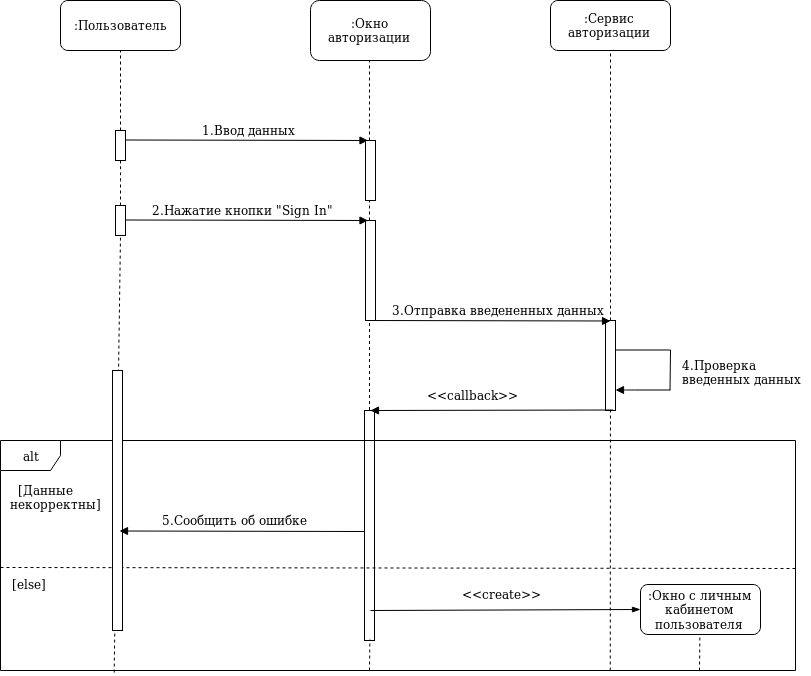
Above: Diagrams/Sequence/SignIn.png in Andrew304/Visual-CI-Manager (draw.io), before the change. Source tidied: cells renumbered, new cells last; positions are measured from the earlier drawing's top-left corner, leaving out a move shared by most shapes. The source it was exported from:
```xml
<mxGraphModel>
  <root>
    <mxCell id="0" />
    <mxCell id="1" parent="0" />
    <mxCell id="2" value=":Пользователь" style="rounded=1;whiteSpace=wrap;html=1;" parent="1" vertex="1">
      <mxGeometry x="60" width="120" height="50" as="geometry" />
    </mxCell>
    <mxCell id="3" style="rounded=0;whiteSpace=wrap;html=1;" parent="1" vertex="1">
      <mxGeometry x="115" y="130" width="10" height="30" as="geometry" />
    </mxCell>
    <mxCell id="4" style="endArrow=none;dashed=1;html=1;entryX=0.5;entryY=1;entryDx=0;entryDy=0;exitX=0.5;exitY=0;exitDx=0;exitDy=0;" parent="1" edge="1" source="3" target="2">
      <mxGeometry relative="1" as="geometry" />
    </mxCell>
    <mxCell id="5" style="endArrow=block;html=1;endFill=1;entryX=0.25;entryY=0;entryDx=0;entryDy=0;" parent="1" edge="1" target="8">
      <mxGeometry relative="1" as="geometry">
        <mxPoint x="125" y="139.5" as="sourcePoint" />
      </mxGeometry>
    </mxCell>
    <mxCell id="6" value=":Окно авторизации" style="rounded=1;whiteSpace=wrap;html=1;" parent="1" vertex="1">
      <mxGeometry x="310" width="120" height="60" as="geometry" />
    </mxCell>
    <mxCell id="7" value=":Сервис авторизации" style="rounded=1;whiteSpace=wrap;html=1;" parent="1" vertex="1">
      <mxGeometry x="550" width="120" height="50" as="geometry" />
    </mxCell>
    <mxCell id="8" style="rounded=0;whiteSpace=wrap;html=1;" parent="1" vertex="1">
      <mxGeometry x="365" y="140" width="10" height="60" as="geometry" />
    </mxCell>
    <mxCell id="9" value="1.Ввод данных" style="text;html=1;align=left;verticalAlign=top;spacingTop=-4;" parent="1" vertex="1">
      <mxGeometry x="200" y="120" width="110" height="20" as="geometry" />
    </mxCell>
    <mxCell id="10" style="endArrow=none;dashed=1;html=1;entryX=0.5;entryY=1;entryDx=0;entryDy=0;" parent="1" edge="1">
      <mxGeometry relative="1" as="geometry">
        <mxPoint x="369" y="140" as="sourcePoint" />
        <mxPoint x="369" y="60" as="targetPoint" />
      </mxGeometry>
    </mxCell>
    <mxCell id="11" style="rounded=0;whiteSpace=wrap;html=1;" parent="1" vertex="1">
      <mxGeometry x="365" y="220" width="10" height="100" as="geometry" />
    </mxCell>
    <mxCell id="12" style="endArrow=block;html=1;endFill=1;entryX=0.25;entryY=0;entryDx=0;entryDy=0;" parent="1" edge="1">
      <mxGeometry relative="1" as="geometry">
        <mxPoint x="125" y="219.5" as="sourcePoint" />
        <mxPoint x="367.5" y="220" as="targetPoint" />
      </mxGeometry>
    </mxCell>
    <mxCell id="13" value="2.Нажатие кнопки &quot;Sign In&quot;" style="text;html=1;align=left;verticalAlign=top;spacingTop=-4;" parent="1" vertex="1">
      <mxGeometry x="150" y="200" width="200" height="20" as="geometry" />
    </mxCell>
    <mxCell id="14" style="endArrow=none;dashed=1;html=1;" parent="1" edge="1">
      <mxGeometry relative="1" as="geometry">
        <mxPoint x="369" y="220" as="sourcePoint" />
        <mxPoint x="369" y="200" as="targetPoint" />
      </mxGeometry>
    </mxCell>
    <mxCell id="15" style="endArrow=block;html=1;endFill=1;" parent="1" edge="1">
      <mxGeometry relative="1" as="geometry">
        <mxPoint x="670" y="389.5" as="sourcePoint" />
        <mxPoint x="615" y="389.5" as="targetPoint" />
        <Array as="points">
          <mxPoint x="625" y="389.5" />
        </Array>
      </mxGeometry>
    </mxCell>
    <mxCell id="16" style="endArrow=none;html=1;" parent="1" edge="1">
      <mxGeometry relative="1" as="geometry">
        <mxPoint x="669.5" y="389.5" as="sourcePoint" />
        <mxPoint x="670" y="349.5" as="targetPoint" />
      </mxGeometry>
    </mxCell>
    <mxCell id="17" style="endArrow=none;html=1;exitX=1;exitY=0.25;exitDx=0;exitDy=0;" parent="1" edge="1">
      <mxGeometry relative="1" as="geometry">
        <mxPoint x="615" y="349.5" as="sourcePoint" />
        <mxPoint x="670" y="349.5" as="targetPoint" />
      </mxGeometry>
    </mxCell>
    <mxCell id="18" value="&lt;div&gt;4.Проверка&lt;/div&gt;&lt;div&gt; введенных данных&lt;/div&gt;" style="text;html=1;align=left;verticalAlign=top;spacingTop=-4;" parent="1" vertex="1">
      <mxGeometry x="680" y="354.5" width="130" height="30" as="geometry" />
    </mxCell>
    <mxCell id="19" style="endArrow=none;dashed=1;html=1;" parent="1" edge="1">
      <mxGeometry relative="1" as="geometry">
        <mxPoint x="368" y="620" as="sourcePoint" />
        <mxPoint x="369" y="500" as="targetPoint" />
      </mxGeometry>
    </mxCell>
    <mxCell id="20" style="endArrow=none;dashed=1;html=1;exitX=0.143;exitY=1.009;exitDx=0;exitDy=0;exitPerimeter=0;entryX=0.5;entryY=1;entryDx=0;entryDy=0;" parent="1" edge="1" source="28" target="41">
      <mxGeometry relative="1" as="geometry" />
    </mxCell>
    <mxCell id="21" style="endArrow=none;dashed=1;html=1;exitX=0.5;exitY=0;exitDx=0;exitDy=0;" parent="1" edge="1" source="23">
      <mxGeometry relative="1" as="geometry">
        <mxPoint x="610" y="50" as="targetPoint" />
      </mxGeometry>
    </mxCell>
    <mxCell id="22" value="&amp;lt;&amp;lt;create&amp;gt;&amp;gt;" style="text;html=1;points=[];align=left;verticalAlign=top;spacingTop=-4;" parent="1" vertex="1">
      <mxGeometry x="460" y="584" width="90" height="20" as="geometry" />
    </mxCell>
    <mxCell id="23" style="rounded=0;whiteSpace=wrap;html=1;" parent="1" vertex="1">
      <mxGeometry x="605" y="320" width="10" height="90" as="geometry" />
    </mxCell>
    <mxCell id="24" style="endArrow=none;dashed=1;html=1;exitX=0.767;exitY=1;exitDx=0;exitDy=0;exitPerimeter=0;" parent="1" edge="1" source="28" target="23">
      <mxGeometry relative="1" as="geometry" />
    </mxCell>
    <mxCell id="25" style="endArrow=block;html=1;endFill=1;entryX=0.25;entryY=0;entryDx=0;entryDy=0;" parent="1" edge="1">
      <mxGeometry relative="1" as="geometry">
        <mxPoint x="367.5" y="320" as="sourcePoint" />
        <mxPoint x="610" y="320.5" as="targetPoint" />
      </mxGeometry>
    </mxCell>
    <mxCell id="26" value="3.Отправка введененных данных" style="text;html=1;align=left;verticalAlign=top;spacingTop=-4;" parent="1" vertex="1">
      <mxGeometry x="390" y="300" width="230" height="20" as="geometry" />
    </mxCell>
    <mxCell id="27" style="rounded=0;whiteSpace=wrap;html=1;" parent="1" vertex="1">
      <mxGeometry x="364" y="410" width="10" height="230" as="geometry" />
    </mxCell>
    <mxCell id="28" value="alt" style="shape=umlFrame;whiteSpace=wrap;html=1;" parent="1" vertex="1">
      <mxGeometry y="440" width="795" height="230" as="geometry" />
    </mxCell>
    <mxCell id="29" style="endArrow=block;html=1;endFill=1;exitX=0.5;exitY=0;exitDx=0;exitDy=0;" parent="1" edge="1">
      <mxGeometry relative="1" as="geometry">
        <mxPoint x="612.5" y="409.5" as="sourcePoint" />
        <mxPoint x="370" y="410" as="targetPoint" />
      </mxGeometry>
    </mxCell>
    <mxCell id="30" value="&amp;lt;&amp;lt;callback&amp;gt;&amp;gt;" style="text;html=1;align=left;verticalAlign=top;spacingTop=-4;" parent="1" vertex="1">
      <mxGeometry x="425" y="384.5" width="110" height="20" as="geometry" />
    </mxCell>
    <mxCell id="31" value="&lt;div&gt;&amp;nbsp;&amp;nbsp;&amp;nbsp; [Данные &lt;br&gt;&lt;/div&gt;&lt;div&gt;&amp;nbsp; некорректны]&lt;/div&gt;" style="text;html=1;align=left;verticalAlign=top;spacingTop=-4;" parent="1" vertex="1">
      <mxGeometry y="480" width="110" height="30" as="geometry" />
    </mxCell>
    <mxCell id="32" style="endArrow=none;dashed=1;html=1;" parent="1" edge="1">
      <mxGeometry relative="1" as="geometry">
        <mxPoint y="567" as="sourcePoint" />
        <mxPoint x="796" y="568" as="targetPoint" />
      </mxGeometry>
    </mxCell>
    <mxCell id="33" style="rounded=0;whiteSpace=wrap;html=1;" parent="1" vertex="1">
      <mxGeometry x="112" y="370" width="10" height="260" as="geometry" />
    </mxCell>
    <mxCell id="34" style="endArrow=block;html=1;endFill=1;entryX=0.75;entryY=0;entryDx=0;entryDy=0;" parent="1" edge="1">
      <mxGeometry relative="1" as="geometry">
        <mxPoint x="364" y="531" as="sourcePoint" />
        <mxPoint x="119" y="530.5" as="targetPoint" />
      </mxGeometry>
    </mxCell>
    <mxCell id="35" value="5.Сообщить об ошибке" style="text;html=1;align=left;verticalAlign=top;spacingTop=-4;" parent="1" vertex="1">
      <mxGeometry x="160" y="510" width="160" height="20" as="geometry" />
    </mxCell>
    <mxCell id="36" value="[else]" style="text;html=1;points=[];align=left;verticalAlign=top;spacingTop=-4;" parent="1" vertex="1">
      <mxGeometry x="10" y="574" width="50" height="20" as="geometry" />
    </mxCell>
    <mxCell id="37" style="endArrow=blockThin;html=1;endFill=1;entryX=0;entryY=0.5;entryDx=0;entryDy=0;endSize=6;" parent="1" edge="1" target="38">
      <mxGeometry relative="1" as="geometry">
        <mxPoint x="370" y="610" as="sourcePoint" />
      </mxGeometry>
    </mxCell>
    <mxCell id="38" value=":Окно с личным кабинетом пользователя" style="rounded=1;whiteSpace=wrap;html=1;" parent="1" vertex="1">
      <mxGeometry x="640" y="584" width="120" height="50" as="geometry" />
    </mxCell>
    <mxCell id="39" style="endArrow=none;dashed=1;html=1;" parent="1" edge="1">
      <mxGeometry relative="1" as="geometry">
        <mxPoint x="699" y="670" as="sourcePoint" />
        <mxPoint x="699.4" y="634" as="targetPoint" />
      </mxGeometry>
    </mxCell>
    <mxCell id="40" style="endArrow=none;dashed=1;html=1;" parent="1" edge="1">
      <mxGeometry relative="1" as="geometry">
        <mxPoint x="369" y="670" as="sourcePoint" />
        <mxPoint x="369.4" y="639" as="targetPoint" />
      </mxGeometry>
    </mxCell>
    <mxCell id="41" style="rounded=0;whiteSpace=wrap;html=1;" parent="1" vertex="1">
      <mxGeometry x="115" y="205" width="10" height="30" as="geometry" />
    </mxCell>
    <mxCell id="42" style="endArrow=none;dashed=1;html=1;exitX=0.5;exitY=0;exitDx=0;exitDy=0;" parent="1" edge="1" source="41">
      <mxGeometry relative="1" as="geometry">
        <mxPoint x="120" y="160" as="targetPoint" />
        <Array as="points">
          <mxPoint x="120" y="170" />
        </Array>
      </mxGeometry>
    </mxCell>
    <mxCell id="43" style="endArrow=none;dashed=1;html=1;" parent="1" edge="1">
      <mxGeometry relative="1" as="geometry">
        <mxPoint x="369" y="409.5" as="sourcePoint" />
        <mxPoint x="369" y="320" as="targetPoint" />
      </mxGeometry>
    </mxCell>
  </root>
</mxGraphModel>
```
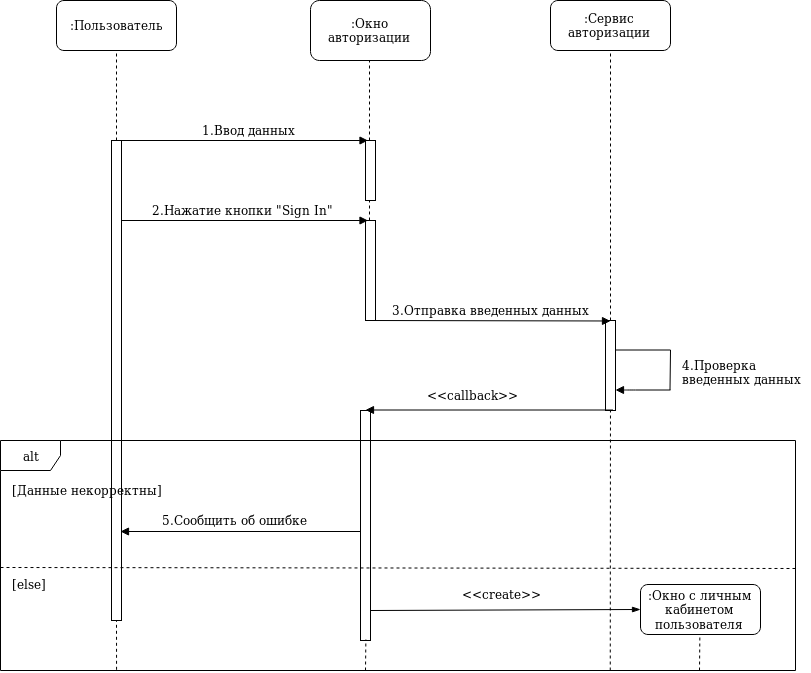
The same diagram one commit later.

What changed in the source:
```diff
@@ -3,18 +3,16 @@
     <mxCell id="0" />
     <mxCell id="1" parent="0" />
     <mxCell id="2" value=":Пользователь" style="rounded=1;whiteSpace=wrap;html=1;" parent="1" vertex="1">
-      <mxGeometry x="60" width="120" height="50" as="geometry" />
+      <mxGeometry x="56" width="120" height="50" as="geometry" />
     </mxCell>
     <mxCell id="3" style="rounded=0;whiteSpace=wrap;html=1;" parent="1" vertex="1">
-      <mxGeometry x="115" y="130" width="10" height="30" as="geometry" />
+      <mxGeometry x="111" y="140" width="10" height="480" as="geometry" />
     </mxCell>
     <mxCell id="4" style="endArrow=none;dashed=1;html=1;entryX=0.5;entryY=1;entryDx=0;entryDy=0;exitX=0.5;exitY=0;exitDx=0;exitDy=0;" parent="1" edge="1" source="3" target="2">
       <mxGeometry relative="1" as="geometry" />
     </mxCell>
-    <mxCell id="5" style="endArrow=block;html=1;endFill=1;entryX=0.25;entryY=0;entryDx=0;entryDy=0;" parent="1" edge="1" target="8">
-      <mxGeometry relative="1" as="geometry">
-        <mxPoint x="125" y="139.5" as="sourcePoint" />
-      </mxGeometry>
+    <mxCell id="5" style="endArrow=block;html=1;endFill=1;entryX=0.25;entryY=0;entryDx=0;entryDy=0;exitX=0.75;exitY=0;exitDx=0;exitDy=0;" parent="1" edge="1" source="3" target="8">
+      <mxGeometry relative="1" as="geometry" />
     </mxCell>
     <mxCell id="6" value=":Окно авторизации" style="rounded=1;whiteSpace=wrap;html=1;" parent="1" vertex="1">
       <mxGeometry x="310" width="120" height="60" as="geometry" />
@@ -39,7 +37,7 @@
     </mxCell>
     <mxCell id="12" style="endArrow=block;html=1;endFill=1;entryX=0.25;entryY=0;entryDx=0;entryDy=0;" parent="1" edge="1">
       <mxGeometry relative="1" as="geometry">
-        <mxPoint x="125" y="219.5" as="sourcePoint" />
+        <mxPoint x="121" y="220" as="sourcePoint" />
         <mxPoint x="367.5" y="220" as="targetPoint" />
       </mxGeometry>
     </mxCell>
@@ -78,111 +76,93 @@
     </mxCell>
     <mxCell id="19" style="endArrow=none;dashed=1;html=1;" parent="1" edge="1">
       <mxGeometry relative="1" as="geometry">
-        <mxPoint x="368" y="620" as="sourcePoint" />
-        <mxPoint x="369" y="500" as="targetPoint" />
+        <mxPoint x="364" y="620" as="sourcePoint" />
+        <mxPoint x="365" y="500" as="targetPoint" />
       </mxGeometry>
     </mxCell>
-    <mxCell id="20" style="endArrow=none;dashed=1;html=1;exitX=0.143;exitY=1.009;exitDx=0;exitDy=0;exitPerimeter=0;entryX=0.5;entryY=1;entryDx=0;entryDy=0;" parent="1" edge="1" source="28" target="41">
-      <mxGeometry relative="1" as="geometry" />
+    <mxCell id="20" style="endArrow=none;dashed=1;html=1;exitX=0.5;exitY=0;exitDx=0;exitDy=0;" parent="1" edge="1" source="22">
+      <mxGeometry relative="1" as="geometry">
+        <mxPoint x="610" y="50" as="targetPoint" />
+      </mxGeometry>
     </mxCell>
-    <mxCell id="21" style="endArrow=none;dashed=1;html=1;exitX=0.5;exitY=0;exitDx=0;exitDy=0;" parent="1" edge="1" source="23">
-      <mxGeometry relative="1" as="geometry">
-        <mxPoint x="610" y="50" as="targetPoint" />
-      </mxGeometry>
+    <mxCell id="21" value="&amp;lt;&amp;lt;create&amp;gt;&amp;gt;" style="text;html=1;align=left;verticalAlign=top;spacingTop=-4;" parent="1" vertex="1">
+      <mxGeometry x="460" y="584" width="90" height="20" as="geometry" />
     </mxCell>
-    <mxCell id="22" value="&amp;lt;&amp;lt;create&amp;gt;&amp;gt;" style="text;html=1;points=[];align=left;verticalAlign=top;spacingTop=-4;" parent="1" vertex="1">
-      <mxGeometry x="460" y="584" width="90" height="20" as="geometry" />
+    <mxCell id="22" style="rounded=0;whiteSpace=wrap;html=1;" parent="1" vertex="1">
+      <mxGeometry x="605" y="320" width="10" height="90" as="geometry" />
     </mxCell>
-    <mxCell id="23" style="rounded=0;whiteSpace=wrap;html=1;" parent="1" vertex="1">
-      <mxGeometry x="605" y="320" width="10" height="90" as="geometry" />
+    <mxCell id="23" style="endArrow=none;dashed=1;html=1;exitX=0.767;exitY=1;exitDx=0;exitDy=0;exitPerimeter=0;" parent="1" edge="1" source="27" target="22">
+      <mxGeometry relative="1" as="geometry" />
     </mxCell>
-    <mxCell id="24" style="endArrow=none;dashed=1;html=1;exitX=0.767;exitY=1;exitDx=0;exitDy=0;exitPerimeter=0;" parent="1" edge="1" source="28" target="23">
-      <mxGeometry relative="1" as="geometry" />
+    <mxCell id="24" style="endArrow=block;html=1;endFill=1;entryX=0.25;entryY=0;entryDx=0;entryDy=0;" parent="1" edge="1">
+      <mxGeometry relative="1" as="geometry">
+        <mxPoint x="367.5" y="320" as="sourcePoint" />
+        <mxPoint x="610" y="320.5" as="targetPoint" />
+      </mxGeometry>
     </mxCell>
-    <mxCell id="25" style="endArrow=block;html=1;endFill=1;entryX=0.25;entryY=0;entryDx=0;entryDy=0;" parent="1" edge="1">
-      <mxGeometry relative="1" as="geometry">
-        <mxPoint x="367.5" y="320" as="sourcePoint" />
-        <mxPoint x="610" y="320.5" as="targetPoint" />
-      </mxGeometry>
+    <mxCell id="25" value="3.Отправка введенных данных" style="text;html=1;align=left;verticalAlign=top;spacingTop=-4;" parent="1" vertex="1">
+      <mxGeometry x="390" y="300" width="210" height="20" as="geometry" />
     </mxCell>
-    <mxCell id="26" value="3.Отправка введененных данных" style="text;html=1;align=left;verticalAlign=top;spacingTop=-4;" parent="1" vertex="1">
-      <mxGeometry x="390" y="300" width="230" height="20" as="geometry" />
+    <mxCell id="26" style="rounded=0;whiteSpace=wrap;html=1;" parent="1" vertex="1">
+      <mxGeometry x="360" y="410" width="10" height="230" as="geometry" />
     </mxCell>
-    <mxCell id="27" style="rounded=0;whiteSpace=wrap;html=1;" parent="1" vertex="1">
-      <mxGeometry x="364" y="410" width="10" height="230" as="geometry" />
+    <mxCell id="27" value="alt" style="shape=umlFrame;whiteSpace=wrap;html=1;" parent="1" vertex="1">
+      <mxGeometry y="440" width="795" height="230" as="geometry" />
     </mxCell>
-    <mxCell id="28" value="alt" style="shape=umlFrame;whiteSpace=wrap;html=1;" parent="1" vertex="1">
-      <mxGeometry y="440" width="795" height="230" as="geometry" />
+    <mxCell id="28" style="endArrow=block;html=1;endFill=1;entryX=0.75;entryY=0;entryDx=0;entryDy=0;exitX=0.5;exitY=0;exitDx=0;exitDy=0;" parent="1" edge="1">
+      <mxGeometry relative="1" as="geometry">
+        <mxPoint x="612.5" y="409.5" as="sourcePoint" />
+        <mxPoint x="365" y="409.5" as="targetPoint" />
+      </mxGeometry>
     </mxCell>
-    <mxCell id="29" style="endArrow=block;html=1;endFill=1;exitX=0.5;exitY=0;exitDx=0;exitDy=0;" parent="1" edge="1">
-      <mxGeometry relative="1" as="geometry">
-        <mxPoint x="612.5" y="409.5" as="sourcePoint" />
-        <mxPoint x="370" y="410" as="targetPoint" />
-      </mxGeometry>
+    <mxCell id="29" value="&amp;lt;&amp;lt;callback&amp;gt;&amp;gt;" style="text;html=1;align=left;verticalAlign=top;spacingTop=-4;" parent="1" vertex="1">
+      <mxGeometry x="425" y="384.5" width="110" height="20" as="geometry" />
     </mxCell>
-    <mxCell id="30" value="&amp;lt;&amp;lt;callback&amp;gt;&amp;gt;" style="text;html=1;align=left;verticalAlign=top;spacingTop=-4;" parent="1" vertex="1">
-      <mxGeometry x="425" y="384.5" width="110" height="20" as="geometry" />
+    <mxCell id="30" value="[Данные некорректны]" style="text;html=1;align=left;verticalAlign=top;spacingTop=-4;" parent="1" vertex="1">
+      <mxGeometry x="10" y="480" width="170" height="20" as="geometry" />
     </mxCell>
-    <mxCell id="31" value="&lt;div&gt;&amp;nbsp;&amp;nbsp;&amp;nbsp; [Данные &lt;br&gt;&lt;/div&gt;&lt;div&gt;&amp;nbsp; некорректны]&lt;/div&gt;" style="text;html=1;align=left;verticalAlign=top;spacingTop=-4;" parent="1" vertex="1">
-      <mxGeometry y="480" width="110" height="30" as="geometry" />
+    <mxCell id="31" style="endArrow=none;dashed=1;html=1;" parent="1" edge="1">
+      <mxGeometry relative="1" as="geometry">
+        <mxPoint y="567" as="sourcePoint" />
+        <mxPoint x="796" y="568" as="targetPoint" />
+      </mxGeometry>
     </mxCell>
-    <mxCell id="32" style="endArrow=none;dashed=1;html=1;" parent="1" edge="1">
+    <mxCell id="32" style="endArrow=block;html=1;endFill=1;" parent="1" edge="1">
       <mxGeometry relative="1" as="geometry">
-        <mxPoint y="567" as="sourcePoint" />
-        <mxPoint x="796" y="568" as="targetPoint" />
+        <mxPoint x="360" y="531" as="sourcePoint" />
+        <mxPoint x="120" y="531" as="targetPoint" />
       </mxGeometry>
     </mxCell>
-    <mxCell id="33" style="rounded=0;whiteSpace=wrap;html=1;" parent="1" vertex="1">
-      <mxGeometry x="112" y="370" width="10" height="260" as="geometry" />
+    <mxCell id="33" value="5.Сообщить об ошибке" style="text;html=1;align=left;verticalAlign=top;spacingTop=-4;" parent="1" vertex="1">
+      <mxGeometry x="160" y="510" width="160" height="20" as="geometry" />
     </mxCell>
-    <mxCell id="34" style="endArrow=block;html=1;endFill=1;entryX=0.75;entryY=0;entryDx=0;entryDy=0;" parent="1" edge="1">
-      <mxGeometry relative="1" as="geometry">
-        <mxPoint x="364" y="531" as="sourcePoint" />
-        <mxPoint x="119" y="530.5" as="targetPoint" />
-      </mxGeometry>
+    <mxCell id="34" value="[else]" style="text;html=1;align=left;verticalAlign=top;spacingTop=-4;" parent="1" vertex="1">
+      <mxGeometry x="10" y="574" width="50" height="20" as="geometry" />
     </mxCell>
-    <mxCell id="35" value="5.Сообщить об ошибке" style="text;html=1;align=left;verticalAlign=top;spacingTop=-4;" parent="1" vertex="1">
-      <mxGeometry x="160" y="510" width="160" height="20" as="geometry" />
+    <mxCell id="35" style="endArrow=blockThin;html=1;endFill=1;entryX=0;entryY=0.5;entryDx=0;entryDy=0;endSize=6;" parent="1" edge="1" target="36">
+      <mxGeometry relative="1" as="geometry">
+        <mxPoint x="370" y="610" as="sourcePoint" />
+      </mxGeometry>
     </mxCell>
-    <mxCell id="36" value="[else]" style="text;html=1;points=[];align=left;verticalAlign=top;spacingTop=-4;" parent="1" vertex="1">
-      <mxGeometry x="10" y="574" width="50" height="20" as="geometry" />
+    <mxCell id="36" value=":Окно с личным кабинетом пользователя" style="rounded=1;whiteSpace=wrap;html=1;" parent="1" vertex="1">
+      <mxGeometry x="640" y="584" width="120" height="50" as="geometry" />
     </mxCell>
-    <mxCell id="37" style="endArrow=blockThin;html=1;endFill=1;entryX=0;entryY=0.5;entryDx=0;entryDy=0;endSize=6;" parent="1" edge="1" target="38">
+    <mxCell id="37" style="endArrow=none;dashed=1;html=1;" parent="1" edge="1">
       <mxGeometry relative="1" as="geometry">
-        <mxPoint x="370" y="610" as="sourcePoint" />
+        <mxPoint x="699" y="670" as="sourcePoint" />
+        <mxPoint x="699.4" y="634" as="targetPoint" />
       </mxGeometry>
     </mxCell>
-    <mxCell id="38" value=":Окно с личным кабинетом пользователя" style="rounded=1;whiteSpace=wrap;html=1;" parent="1" vertex="1">
-      <mxGeometry x="640" y="584" width="120" height="50" as="geometry" />
+    <mxCell id="38" style="endArrow=none;dashed=1;html=1;" parent="1" edge="1">
+      <mxGeometry relative="1" as="geometry">
+        <mxPoint x="365" y="670" as="sourcePoint" />
+        <mxPoint x="365.4" y="639" as="targetPoint" />
+      </mxGeometry>
     </mxCell>
-    <mxCell id="39" style="endArrow=none;dashed=1;html=1;" parent="1" edge="1">
+    <mxCell id="39" style="endArrow=none;dashed=1;html=1;exitX=0.146;exitY=0.997;exitDx=0;exitDy=0;exitPerimeter=0;" parent="1" edge="1" source="27">
       <mxGeometry relative="1" as="geometry">
-        <mxPoint x="699" y="670" as="sourcePoint" />
-        <mxPoint x="699.4" y="634" as="targetPoint" />
+        <mxPoint x="116" y="620" as="targetPoint" />
       </mxGeometry>
     </mxCell>
-    <mxCell id="40" style="endArrow=none;dashed=1;html=1;" parent="1" edge="1">
-      <mxGeometry relative="1" as="geometry">
-        <mxPoint x="369" y="670" as="sourcePoint" />
-        <mxPoint x="369.4" y="639" as="targetPoint" />
-      </mxGeometry>
-    </mxCell>
-    <mxCell id="41" style="rounded=0;whiteSpace=wrap;html=1;" parent="1" vertex="1">
-      <mxGeometry x="115" y="205" width="10" height="30" as="geometry" />
-    </mxCell>
-    <mxCell id="42" style="endArrow=none;dashed=1;html=1;exitX=0.5;exitY=0;exitDx=0;exitDy=0;" parent="1" edge="1" source="41">
-      <mxGeometry relative="1" as="geometry">
-        <mxPoint x="120" y="160" as="targetPoint" />
-        <Array as="points">
-          <mxPoint x="120" y="170" />
-        </Array>
-      </mxGeometry>
-    </mxCell>
-    <mxCell id="43" style="endArrow=none;dashed=1;html=1;" parent="1" edge="1">
-      <mxGeometry relative="1" as="geometry">
-        <mxPoint x="369" y="409.5" as="sourcePoint" />
-        <mxPoint x="369" y="320" as="targetPoint" />
-      </mxGeometry>
-    </mxCell>
   </root>
 </mxGraphModel>
```
